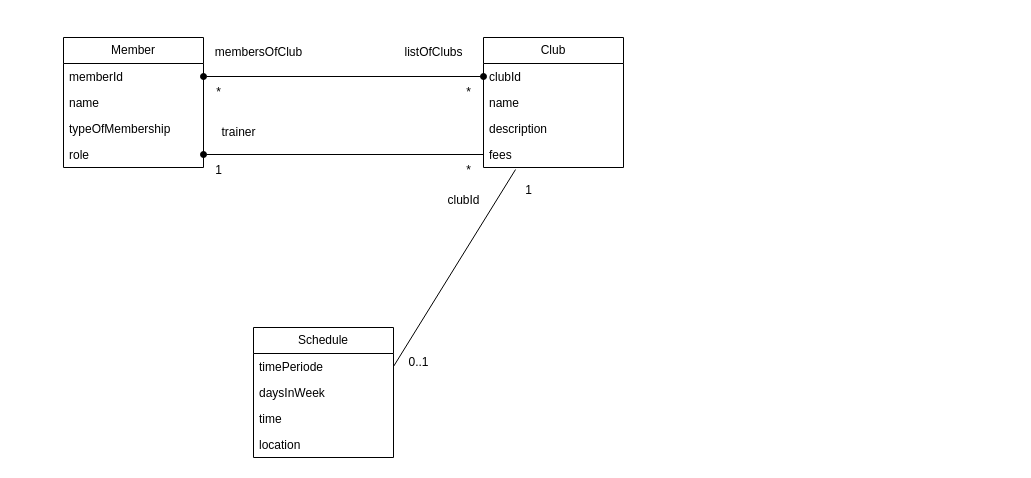
Earlier version of the draw.io diagram domain_information_model.drawio (huda46/Assignment7). Source tidied: cells renumbered, new cells numbered last; positions are measured from the earlier drawing's top-left corner, leaving out a move shared by most shapes. Both pictures are drawn from the tidied source at 100%, with x=0, y=0 at pixel (63, 37).
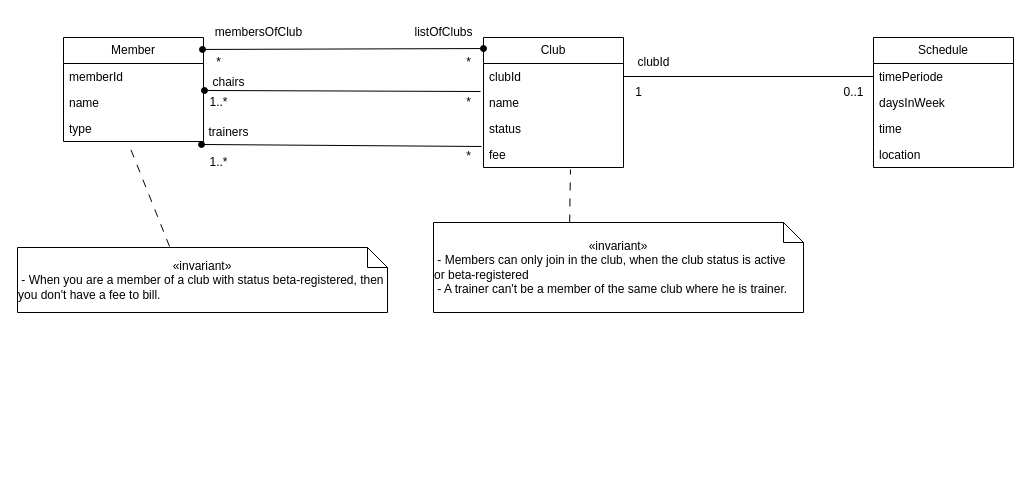
The same page after the edit.

Commit message (it also covers changes not shown here):
new version of domain infomation models

Unchanged cells that the change refers to:
```xml
<mxCell id="3" value="memberId" style="text;strokeColor=none;fillColor=none;align=left;verticalAlign=top;spacingLeft=4;spacingRight=4;overflow=hidden;points=[[0,0.5],[1,0.5]];portConstraint=eastwest;whiteSpace=wrap;html=1;" parent="2" vertex="1">
  <mxGeometry y="26" width="140" height="26" as="geometry" />
</mxCell>
<mxCell id="4" value="name" style="text;strokeColor=none;fillColor=none;align=left;verticalAlign=top;spacingLeft=4;spacingRight=4;overflow=hidden;points=[[0,0.5],[1,0.5]];portConstraint=eastwest;whiteSpace=wrap;html=1;" parent="2" vertex="1">
  <mxGeometry y="52" width="140" height="26" as="geometry" />
</mxCell>
<mxCell id="7" value="Club" style="swimlane;fontStyle=0;horizontal=1;startSize=26;fillColor=none;whiteSpace=wrap;html=1;" parent="1" vertex="1">
  <mxGeometry x="420" width="140" height="130" as="geometry" />
</mxCell>
<mxCell id="8" value="clubId" style="text;strokeColor=none;fillColor=none;align=left;verticalAlign=top;spacingLeft=4;spacingRight=4;overflow=hidden;points=[[0,0.5],[1,0.5]];portConstraint=eastwest;whiteSpace=wrap;html=1;" parent="7" vertex="1">
  <mxGeometry y="26" width="140" height="26" as="geometry" />
</mxCell>
<mxCell id="9" value="name" style="text;strokeColor=none;fillColor=none;align=left;verticalAlign=top;spacingLeft=4;spacingRight=4;overflow=hidden;points=[[0,0.5],[1,0.5]];portConstraint=eastwest;whiteSpace=wrap;html=1;" parent="7" vertex="1">
  <mxGeometry y="52" width="140" height="26" as="geometry" />
</mxCell>
<mxCell id="13" value="timePeriode" style="text;strokeColor=none;fillColor=none;align=left;verticalAlign=top;spacingLeft=4;spacingRight=4;overflow=hidden;points=[[0,0.5],[1,0.5]];portConstraint=eastwest;whiteSpace=wrap;html=1;" parent="12" vertex="1">
  <mxGeometry y="26" width="140" height="26" as="geometry" />
</mxCell>
```

The edit, as a diff of the source:
```diff
@@
     <mxCell id="2" value="Member" style="swimlane;fontStyle=0;horizontal=1;startSize=26;fillColor=none;whiteSpace=wrap;html=1;" parent="1" vertex="1">
-      <mxGeometry width="140" height="130" as="geometry" />
+      <mxGeometry width="140" height="104" as="geometry" />
     </mxCell>
@@
-    <mxCell id="5" value="typeOfMembership" style="text;strokeColor=none;fillColor=none;align=left;verticalAlign=top;spacingLeft=4;spacingRight=4;overflow=hidden;points=[[0,0.5],[1,0.5]];portConstraint=eastwest;whiteSpace=wrap;html=1;" parent="2" vertex="1">
+    <mxCell id="5" value="type" style="text;strokeColor=none;fillColor=none;align=left;verticalAlign=top;spacingLeft=4;spacingRight=4;overflow=hidden;points=[[0,0.5],[1,0.5]];portConstraint=eastwest;whiteSpace=wrap;html=1;" parent="2" vertex="1">
       <mxGeometry y="78" width="140" height="26" as="geometry" />
     </mxCell>
-    <mxCell id="6" value="role" style="text;strokeColor=none;fillColor=none;align=left;verticalAlign=top;spacingLeft=4;spacingRight=4;overflow=hidden;points=[[0,0.5],[1,0.5]];portConstraint=eastwest;whiteSpace=wrap;html=1;" parent="2" vertex="1">
-      <mxGeometry y="104" width="140" height="26" as="geometry" />
-    </mxCell>
@@
-    <mxCell id="10" value="description" style="text;strokeColor=none;fillColor=none;align=left;verticalAlign=top;spacingLeft=4;spacingRight=4;overflow=hidden;whiteSpace=wrap;html=1;" parent="7" vertex="1">
+    <mxCell id="10" value="status" style="text;strokeColor=none;fillColor=none;align=left;verticalAlign=top;spacingLeft=4;spacingRight=4;overflow=hidden;whiteSpace=wrap;html=1;" parent="7" vertex="1">
       <mxGeometry y="78" width="140" height="26" as="geometry" />
     </mxCell>
-    <mxCell id="11" value="fees" style="text;strokeColor=none;fillColor=none;align=left;verticalAlign=top;spacingLeft=4;spacingRight=4;overflow=hidden;points=[[0,0.5],[1,0.5]];portConstraint=eastwest;whiteSpace=wrap;html=1;" parent="7" vertex="1">
+    <mxCell id="11" value="fee" style="text;strokeColor=none;fillColor=none;align=left;verticalAlign=top;spacingLeft=4;spacingRight=4;overflow=hidden;points=[[0,0.5],[1,0.5]];portConstraint=eastwest;whiteSpace=wrap;html=1;" parent="7" vertex="1">
       <mxGeometry y="104" width="140" height="26" as="geometry" />
     </mxCell>
     <mxCell id="12" value="Schedule" style="swimlane;fontStyle=0;horizontal=1;startSize=26;fillColor=none;whiteSpace=wrap;html=1;" parent="1" vertex="1">
-      <mxGeometry x="190" y="290" width="140" height="130" as="geometry" />
+      <mxGeometry x="810" width="140" height="130" as="geometry" />
     </mxCell>
@@
-    <mxCell id="17" style="endArrow=oval;html=1;rounded=0;exitX=1;exitY=0.5;exitDx=0;exitDy=0;entryX=0;entryY=0.5;entryDx=0;entryDy=0;endFill=1;startArrow=oval;startFill=1;" parent="1" edge="1" source="3" target="8">
+    <mxCell id="17" style="endArrow=oval;html=1;rounded=0;exitX=0.993;exitY=0.115;exitDx=0;exitDy=0;entryX=0;entryY=0.085;entryDx=0;entryDy=0;endFill=1;startArrow=oval;startFill=1;exitPerimeter=0;entryPerimeter=0;" parent="1" edge="1" source="2" target="7">
       <mxGeometry relative="1" as="geometry" />
     </mxCell>
     <mxCell id="18" value="listOfClubs" style="text;html=1;align=center;verticalAlign=middle;strokeColor=none;fillColor=none;" parent="1" vertex="1">
-      <mxGeometry x="330" width="80" height="30" as="geometry" />
+      <mxGeometry x="340" y="-20" width="80" height="30" as="geometry" />
     </mxCell>
     <mxCell id="19" value="*" style="text;html=1;align=center;verticalAlign=middle;strokeColor=none;fillColor=none;" parent="1" vertex="1">
-      <mxGeometry x="140" y="40" width="30" height="30" as="geometry" />
+      <mxGeometry x="140" y="10" width="30" height="30" as="geometry" />
     </mxCell>
     <mxCell id="20" value="*" style="text;html=1;align=center;verticalAlign=middle;strokeColor=none;fillColor=none;" parent="1" vertex="1">
-      <mxGeometry x="390" y="40" width="30" height="30" as="geometry" />
+      <mxGeometry x="390" y="10" width="30" height="30" as="geometry" />
     </mxCell>
-    <mxCell id="21" style="endArrow=none;html=1;rounded=0;exitX=1;exitY=0.5;exitDx=0;exitDy=0;entryX=0;entryY=0.5;entryDx=0;entryDy=0;startArrow=oval;startFill=1;" parent="1" edge="1" source="6" target="11">
+    <mxCell id="21" style="endArrow=none;html=1;rounded=0;entryX=-0.014;entryY=0.192;entryDx=0;entryDy=0;startArrow=oval;startFill=1;exitX=0.986;exitY=1.115;exitDx=0;exitDy=0;exitPerimeter=0;entryPerimeter=0;" parent="1" edge="1" source="5" target="11">
       <mxGeometry relative="1" as="geometry" />
     </mxCell>
-    <mxCell id="22" value="trainer" style="text;html=1;align=center;verticalAlign=middle;strokeColor=none;fillColor=none;" parent="1" vertex="1">
-      <mxGeometry x="145" y="80" width="60" height="30" as="geometry" />
+    <mxCell id="22" value="trainers" style="text;html=1;align=center;verticalAlign=middle;strokeColor=none;fillColor=none;" parent="1" vertex="1">
+      <mxGeometry x="135" y="80" width="60" height="30" as="geometry" />
     </mxCell>
-    <mxCell id="23" value="1" style="text;html=1;align=center;verticalAlign=middle;strokeColor=none;fillColor=none;" parent="1" vertex="1">
-      <mxGeometry x="140" y="118" width="30" height="30" as="geometry" />
+    <mxCell id="23" value="1..*" style="text;html=1;align=center;verticalAlign=middle;strokeColor=none;fillColor=none;" parent="1" vertex="1">
+      <mxGeometry x="135" y="110" width="40" height="30" as="geometry" />
     </mxCell>
     <mxCell id="24" value="*" style="text;html=1;align=center;verticalAlign=middle;strokeColor=none;fillColor=none;" parent="1" vertex="1">
-      <mxGeometry x="390" y="118" width="30" height="30" as="geometry" />
+      <mxGeometry x="390" y="104" width="30" height="30" as="geometry" />
     </mxCell>
     <mxCell id="25" value="membersOfClub" style="text;html=1;align=center;verticalAlign=middle;strokeColor=none;fillColor=none;" parent="1" vertex="1">
-      <mxGeometry x="140" width="110" height="30" as="geometry" />
+      <mxGeometry x="140" y="-20" width="110" height="30" as="geometry" />
     </mxCell>
-    <mxCell id="26" style="rounded=0;jettySize=auto;html=1;exitX=1;exitY=0.5;exitDx=0;exitDy=0;entryX=0.229;entryY=1.077;entryDx=0;entryDy=0;entryPerimeter=0;endArrow=none;endFill=0;" parent="1" edge="1" source="13" target="11">
+    <mxCell id="26" style="rounded=0;jettySize=auto;html=1;exitX=0;exitY=0.5;exitDx=0;exitDy=0;entryX=1;entryY=0.5;entryDx=0;entryDy=0;endArrow=none;endFill=0;" parent="1" edge="1" source="13" target="8">
       <mxGeometry relative="1" as="geometry" />
     </mxCell>
     <mxCell id="27" value="0..1" style="text;html=1;align=center;verticalAlign=middle;strokeColor=none;fillColor=none;" parent="1" vertex="1">
-      <mxGeometry x="335" y="310" width="40" height="30" as="geometry" />
+      <mxGeometry x="770" y="40" width="40" height="30" as="geometry" />
     </mxCell>
     <mxCell id="28" value="1" style="text;html=1;align=center;verticalAlign=middle;strokeColor=none;fillColor=none;" parent="1" vertex="1">
-      <mxGeometry x="450" y="138" width="30" height="30" as="geometry" />
+      <mxGeometry x="560" y="40" width="30" height="30" as="geometry" />
     </mxCell>
     <mxCell id="29" value="clubId" style="text;html=1;align=center;verticalAlign=middle;strokeColor=none;fillColor=none;" parent="1" vertex="1">
-      <mxGeometry x="370" y="148" width="60" height="30" as="geometry" />
+      <mxGeometry x="560" y="10" width="60" height="30" as="geometry" />
     </mxCell>
+    <mxCell id="30" value="&lt;div style=&quot;&quot;&gt;&lt;span style=&quot;background-color: initial;&quot;&gt;«invariant»&lt;/span&gt;&lt;/div&gt;&lt;div style=&quot;text-align: left;&quot;&gt;&lt;span style=&quot;background-color: initial;&quot;&gt;&amp;nbsp;- Members can only join in the club, when the club status is active&amp;nbsp; &amp;nbsp; or beta-registered&lt;/span&gt;&lt;/div&gt;&lt;div style=&quot;text-align: left;&quot;&gt;&amp;nbsp;- A trainer can't be a member of the same club where he is trainer.&lt;/div&gt;" style="shape=note;size=20;whiteSpace=wrap;html=1;" parent="1" vertex="1">
+      <mxGeometry x="370" y="185" width="370" height="90" as="geometry" />
+    </mxCell>
+    <mxCell id="31" style="rounded=0;jettySize=auto;html=1;exitX=0.368;exitY=0;exitDx=0;exitDy=0;endArrow=none;endFill=0;exitPerimeter=0;entryX=0.621;entryY=1.077;entryDx=0;entryDy=0;entryPerimeter=0;dashed=1;dashPattern=8 8;" parent="1" edge="1" source="30" target="11">
+      <mxGeometry relative="1" as="geometry" />
+    </mxCell>
+    <mxCell id="32" value="&lt;div style=&quot;&quot;&gt;&lt;span style=&quot;background-color: initial;&quot;&gt;«invariant»&lt;/span&gt;&lt;/div&gt;&lt;div style=&quot;text-align: left;&quot;&gt;&lt;span style=&quot;background-color: initial;&quot;&gt;&amp;nbsp;-&amp;nbsp;&lt;/span&gt;&lt;span style=&quot;background-color: initial;&quot;&gt;When you are a member of a club with status beta-registered, then you don't have a fee to bill.&lt;/span&gt;&lt;/div&gt;" style="shape=note;size=20;whiteSpace=wrap;html=1;" parent="1" vertex="1">
+      <mxGeometry x="-46" y="210" width="370" height="65" as="geometry" />
+    </mxCell>
+    <mxCell id="33" style="rounded=0;jettySize=auto;html=1;exitX=0.411;exitY=-0.015;exitDx=0;exitDy=0;endArrow=none;endFill=0;exitPerimeter=0;entryX=0.464;entryY=1.077;entryDx=0;entryDy=0;entryPerimeter=0;dashed=1;dashPattern=8 8;" parent="1" edge="1" source="32" target="5">
+      <mxGeometry relative="1" as="geometry" />
+    </mxCell>
+    <mxCell id="34" style="endArrow=none;html=1;rounded=0;entryX=-0.021;entryY=0.077;entryDx=0;entryDy=0;startArrow=oval;startFill=1;entryPerimeter=0;exitX=1.007;exitY=0.038;exitDx=0;exitDy=0;exitPerimeter=0;" parent="1" edge="1" source="4" target="9">
+      <mxGeometry relative="1" as="geometry" />
+    </mxCell>
+    <mxCell id="35" value="chairs" style="text;html=1;align=center;verticalAlign=middle;strokeColor=none;fillColor=none;" parent="1" vertex="1">
+      <mxGeometry x="135" y="30" width="60" height="30" as="geometry" />
+    </mxCell>
+    <mxCell id="36" value="1..*" style="text;html=1;align=center;verticalAlign=middle;strokeColor=none;fillColor=none;" parent="1" vertex="1">
+      <mxGeometry x="135" y="50" width="40" height="30" as="geometry" />
+    </mxCell>
+    <mxCell id="37" value="*" style="text;html=1;align=center;verticalAlign=middle;strokeColor=none;fillColor=none;" parent="1" vertex="1">
+      <mxGeometry x="390" y="50" width="30" height="30" as="geometry" />
+    </mxCell>
```
